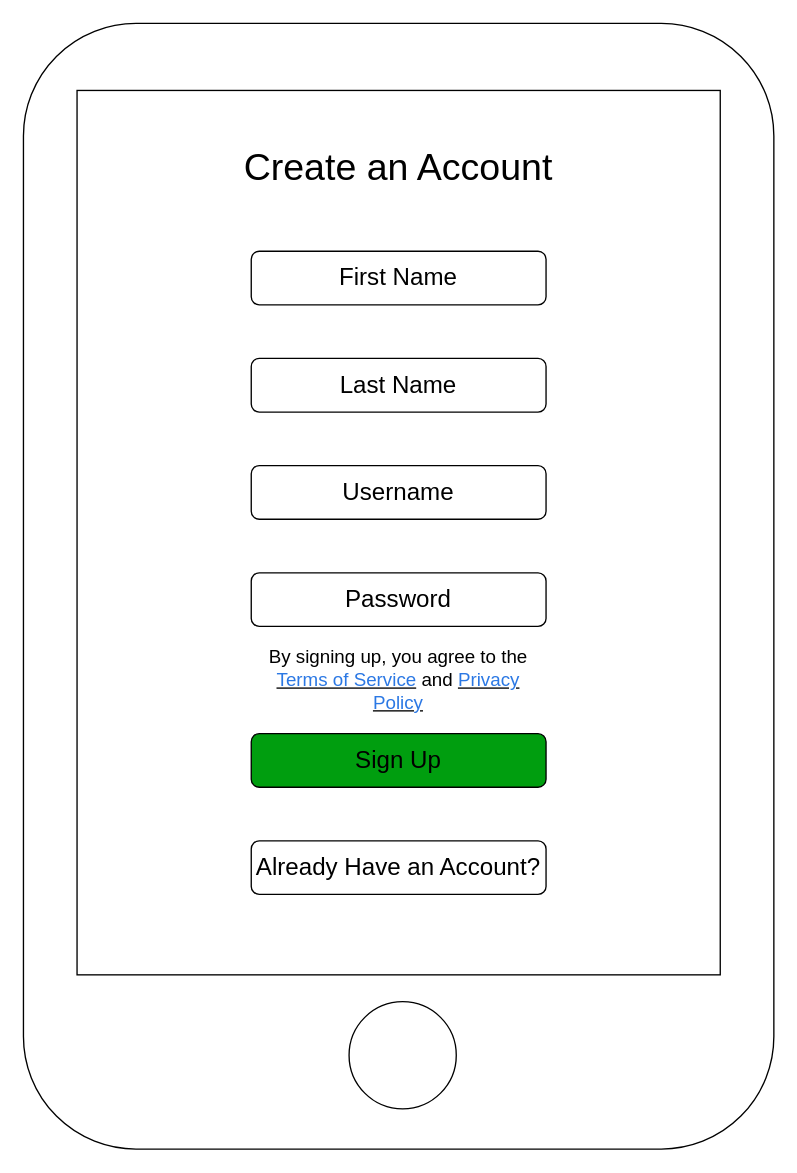
AlyShmahell/IonicBirdWatch keeps this draw.io diagram as page "Sign Up" (10 of 22) of docs/WildWatch.drawio. Above is the earlier version. Source tidied: cells renumbered, new cells numbered last; positions are measured from the earlier drawing's top-left corner, leaving out a move shared by most shapes. Both pictures are drawn from the tidied source at 134%, with x=0, y=0 at pixel (23, 23).
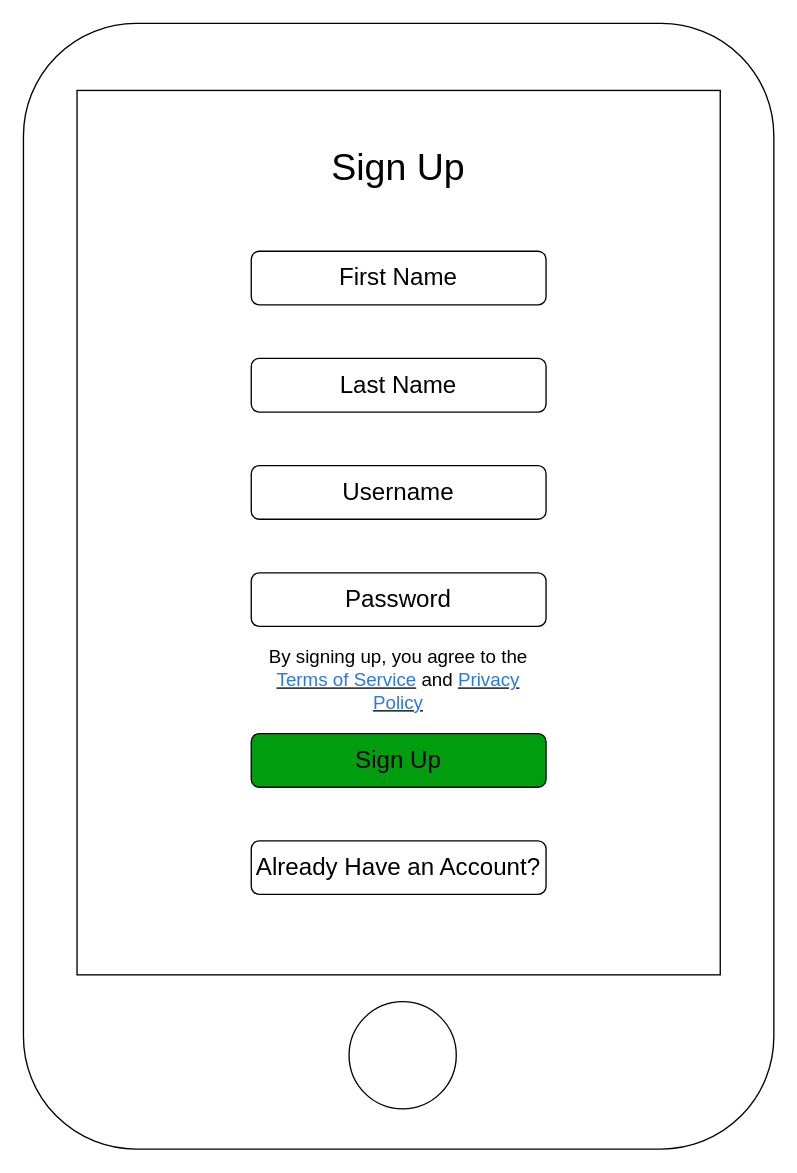
The same page after the edit.

Change to the diagram source:
```diff
@@
 <mxGraphModel>
   <root>
     <mxCell id="0" />
     <mxCell id="1" parent="0" />
     <mxCell id="2" style="group;" parent="1" vertex="1">
       <mxGeometry width="560" height="840" as="geometry" />
     </mxCell>
     <mxCell id="3" style="rounded=1;whiteSpace=wrap;html=1;" parent="2" vertex="1">
       <mxGeometry width="560" height="840" as="geometry" />
     </mxCell>
     <mxCell id="4" style="rounded=0;whiteSpace=wrap;html=1;" parent="2" vertex="1">
       <mxGeometry x="40" y="50" width="480" height="660" as="geometry" />
     </mxCell>
     <mxCell id="5" style="ellipse;whiteSpace=wrap;html=1;" parent="2" vertex="1">
       <mxGeometry x="243" y="730" width="80" height="80" as="geometry" />
     </mxCell>
-    <mxCell id="6" value="&lt;font style=&quot;font-size: 28px&quot;&gt;Create an Account&lt;/font&gt;" style="text;html=1;strokeColor=none;fillColor=none;align=center;verticalAlign=middle;whiteSpace=wrap;rounded=0;" parent="2" vertex="1">
+    <mxCell id="6" value="&lt;font style=&quot;font-size: 28px&quot;&gt;Sign Up&lt;/font&gt;" style="text;html=1;strokeColor=none;fillColor=none;align=center;verticalAlign=middle;whiteSpace=wrap;rounded=0;" parent="2" vertex="1">
       <mxGeometry x="75" y="92" width="410" height="30" as="geometry" />
     </mxCell>
     <mxCell id="7" value="&lt;font style=&quot;font-size: 18px&quot;&gt;First Name&lt;/font&gt;" style="rounded=1;whiteSpace=wrap;html=1;strokeColor=#000000;fillColor=none;" parent="2" vertex="1">
       <mxGeometry x="170" y="170" width="220" height="40" as="geometry" />
     </mxCell>
     <mxCell id="8" value="&lt;font style=&quot;font-size: 18px&quot;&gt;Last Name&lt;/font&gt;" style="rounded=1;whiteSpace=wrap;html=1;strokeColor=#000000;fillColor=none;" parent="2" vertex="1">
       <mxGeometry x="170" y="250" width="220" height="40" as="geometry" />
     </mxCell>
     <mxCell id="9" value="&lt;font style=&quot;font-size: 18px&quot;&gt;Username&lt;/font&gt;" style="rounded=1;whiteSpace=wrap;html=1;strokeColor=#000000;fillColor=none;" parent="2" vertex="1">
       <mxGeometry x="170" y="330" width="220" height="40" as="geometry" />
     </mxCell>
     <mxCell id="10" value="&lt;font style=&quot;font-size: 18px&quot;&gt;Password&lt;/font&gt;" style="rounded=1;whiteSpace=wrap;html=1;strokeColor=#000000;fillColor=none;" parent="2" vertex="1">
       <mxGeometry x="170" y="410" width="220" height="40" as="geometry" />
     </mxCell>
     <mxCell id="11" value="&lt;font style=&quot;font-size: 18px&quot;&gt;Sign Up&lt;/font&gt;" style="rounded=1;whiteSpace=wrap;html=1;strokeColor=#000000;fillColor=#009e0f;" parent="2" vertex="1">
       <mxGeometry x="170" y="530" width="220" height="40" as="geometry" />
     </mxCell>
     <mxCell id="12" value="&lt;font style=&quot;font-size: 18px&quot;&gt;Already Have an Account?&lt;/font&gt;" style="rounded=1;whiteSpace=wrap;html=1;strokeColor=#000000;fillColor=none;" parent="2" vertex="1">
       <mxGeometry x="170" y="610" width="220" height="40" as="geometry" />
     </mxCell>
     <mxCell id="13" value="&lt;div&gt;&lt;span style=&quot;font-size: 14px&quot;&gt;By signing up, you agree to the &lt;u&gt;&lt;font color=&quot;#2b78e4&quot;&gt;Terms of Service&lt;/font&gt;&lt;/u&gt; and &lt;u&gt;&lt;font color=&quot;#2b78e4&quot;&gt;Privacy Policy&lt;/font&gt;&lt;/u&gt;&lt;/span&gt;&lt;/div&gt;" style="text;html=1;strokeColor=none;fillColor=none;align=center;verticalAlign=middle;whiteSpace=wrap;rounded=0;" parent="2" vertex="1">
       <mxGeometry x="170" y="480" width="220" height="20" as="geometry" />
     </mxCell>
   </root>
 </mxGraphModel>
```
